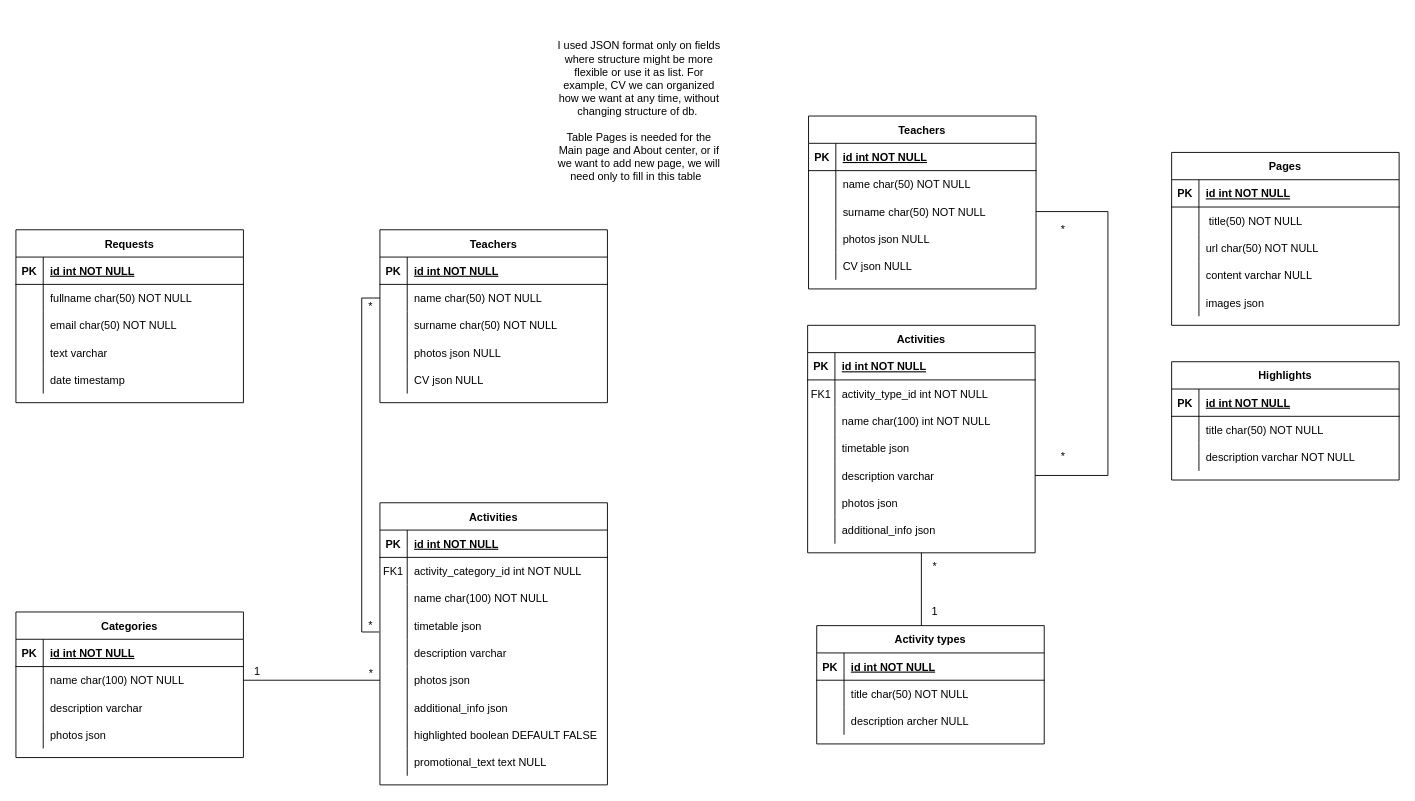
Above: Updated ERD.drawio in NakatoTeshika/Hypermedia-ERD (draw.io), before the change. Source tidied: cells renumbered, new cells numbered last; positions are measured from the earlier drawing's top-left corner, leaving out a move shared by most shapes. Both pictures are drawn from the tidied source at 91%, with x=0, y=0 at pixel (15, 15).
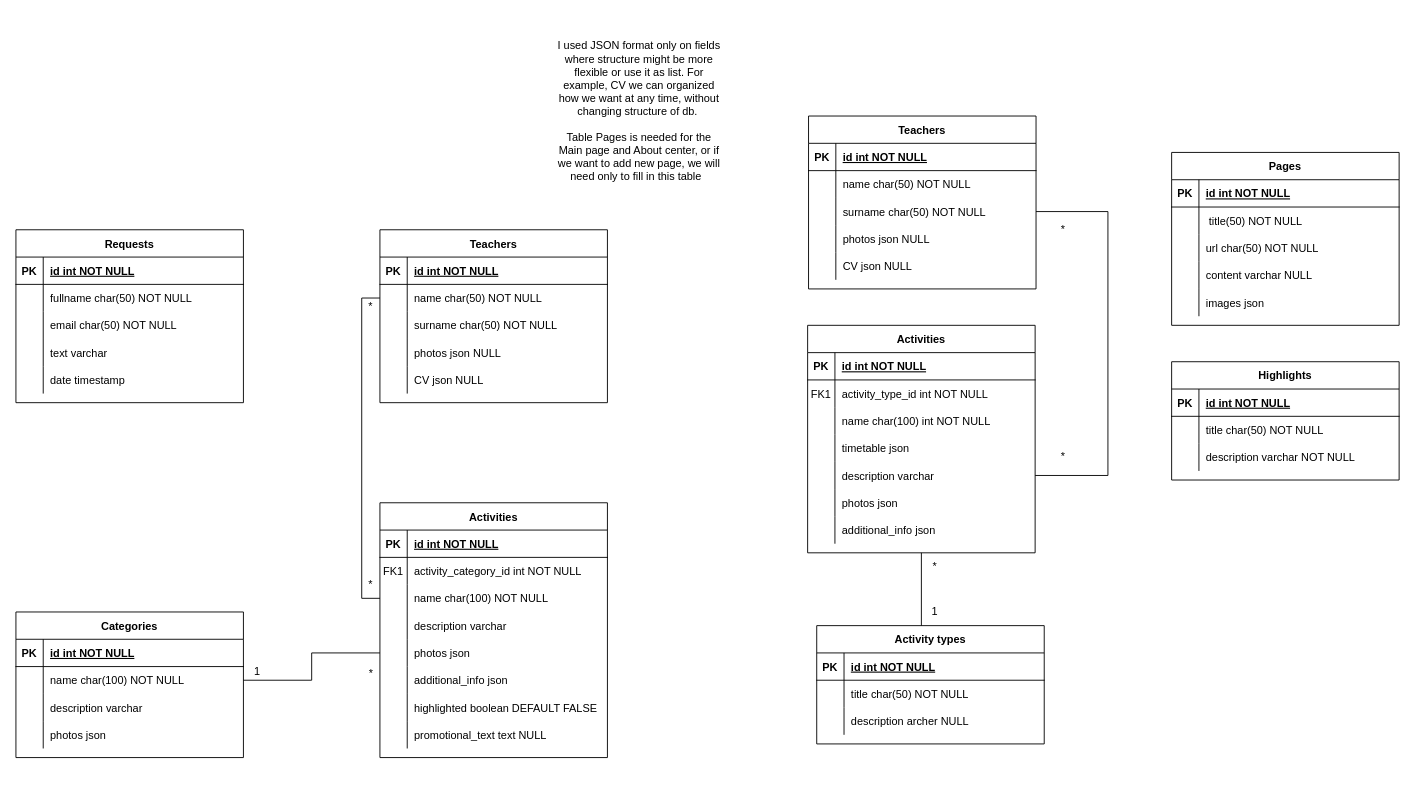
The same diagram, later.

The change refers to these unchanged cells:
```xml
<mxCell id="115" style="shape=partialRectangle;fillColor=none;points=[[0,0.5],[1,0.5]];portConstraint=eastwest;top=0;left=0;right=0;bottom=0;" parent="111" vertex="1">
  <mxGeometry y="60" width="250" height="30" as="geometry" />
</mxCell>
```

Change to the diagram source:
```diff
@@
     <mxCell id="83" value="Activities" style="shape=table;startSize=30;childLayout=tableLayout;rowLines=0;fontStyle=1;align=center;" parent="1" vertex="1">
-      <mxGeometry x="400" y="535" width="250" height="310" as="geometry" />
+      <mxGeometry x="400" y="535" width="250" height="280" as="geometry" />
     </mxCell>
@@
-    <mxCell id="93" style="shape=partialRectangle;fillColor=none;points=[[0,0.5],[1,0.5]];portConstraint=eastwest;top=0;left=0;right=0;bottom=0;" parent="83" vertex="1">
-      <mxGeometry y="120" width="250" height="30" as="geometry" />
-    </mxCell>
-    <mxCell id="94" style="shape=partialRectangle;overflow=hidden;fillColor=none;top=0;left=0;bottom=0;right=0;" parent="93" vertex="1">
-      <mxGeometry width="30" height="30" as="geometry" />
-    </mxCell>
-    <mxCell id="95" value="timetable json" style="shape=partialRectangle;overflow=hidden;fillColor=none;top=0;left=0;bottom=0;right=0;align=left;spacingLeft=6;" parent="93" vertex="1">
-      <mxGeometry x="30" width="220" height="30" as="geometry" />
-    </mxCell>
     <mxCell id="96" style="shape=partialRectangle;fillColor=none;top=0;left=0;right=0;bottom=0;" parent="83" vertex="1">
-      <mxGeometry y="150" width="250" height="30" as="geometry" />
+      <mxGeometry y="120" width="250" height="30" as="geometry" />
     </mxCell>
@@
     <mxCell id="99" style="shape=partialRectangle;fillColor=none;points=[[0,0.5],[1,0.5]];portConstraint=eastwest;top=0;left=0;right=0;bottom=0;" parent="83" vertex="1">
-      <mxGeometry y="180" width="250" height="30" as="geometry" />
+      <mxGeometry y="150" width="250" height="30" as="geometry" />
     </mxCell>
@@
     <mxCell id="102" style="shape=partialRectangle;fillColor=none;top=0;left=0;right=0;bottom=0;" parent="83" vertex="1">
-      <mxGeometry y="210" width="250" height="30" as="geometry" />
+      <mxGeometry y="180" width="250" height="30" as="geometry" />
     </mxCell>
@@
     <mxCell id="105" style="shape=partialRectangle;fillColor=none;top=0;left=0;right=0;bottom=0;" parent="83" vertex="1">
-      <mxGeometry y="240" width="250" height="30" as="geometry" />
+      <mxGeometry y="210" width="250" height="30" as="geometry" />
     </mxCell>
@@
     <mxCell id="108" style="shape=partialRectangle;fillColor=none;top=0;left=0;right=0;bottom=0;" parent="83" vertex="1">
-      <mxGeometry y="270" width="250" height="30" as="geometry" />
+      <mxGeometry y="240" width="250" height="30" as="geometry" />
     </mxCell>
@@
     <mxCell id="128" value="*" style="text;html=1;align=center;verticalAlign=middle;whiteSpace=wrap;rounded=0;" parent="1" vertex="1">
-      <mxGeometry x="360" y="655" width="60" height="30" as="geometry" />
+      <mxGeometry x="360" y="610" width="60" height="30" as="geometry" />
     </mxCell>
-    <mxCell id="129" style="edgeStyle=orthogonalEdgeStyle;rounded=0;jettySize=auto;html=1;entryX=-0.004;entryY=0.733;entryDx=0;entryDy=0;entryPerimeter=0;startArrow=none;startFill=0;endArrow=none;" parent="1" edge="1" source="115" target="93">
-      <mxGeometry relative="1" as="geometry" />
+    <mxCell id="129" style="edgeStyle=orthogonalEdgeStyle;rounded=0;jettySize=auto;html=1;startArrow=none;startFill=0;endArrow=none;" parent="1" edge="1" source="115">
+      <mxGeometry relative="1" as="geometry">
+        <mxPoint x="400" y="640" as="targetPoint" />
+        <Array as="points">
+          <mxPoint x="380" y="310" />
+          <mxPoint x="380" y="640" />
+          <mxPoint x="400" y="640" />
+        </Array>
+      </mxGeometry>
     </mxCell>
```
